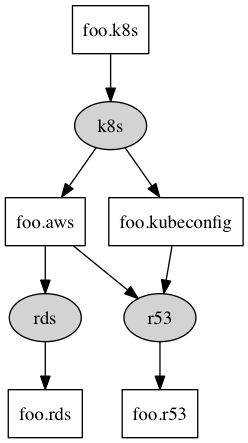
The Graphviz diagram infra/order.png in weaveworks/service, before a commit. Its source is kept beside it as infra/order.dot. The source it was exported from:
```dot
digraph G {
	"foo.k8s" [shape=box];
	"foo.aws" [shape=box];
	"foo.kubeconfig" [shape=box];
	"foo.rds" [shape=box];
	"foo.r53" [shape=box];

	k8s [style=filled];
	rds [style=filled];
	r53 [style=filled];

	"foo.k8s" -> k8s -> {"foo.aws", "foo.kubeconfig"};
	"foo.aws" -> rds -> "foo.rds";
	{"foo.aws", "foo.kubeconfig"} -> r53 -> "foo.r53";
}
```
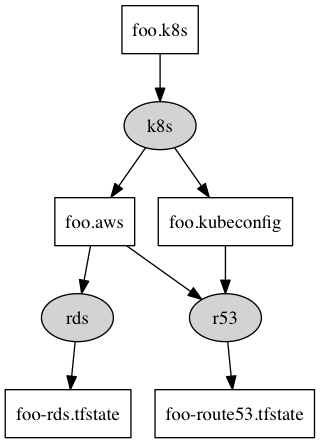
After the commit.

What changed in the source:
```diff
@@ -2,14 +2,14 @@
 	"foo.k8s" [shape=box];
 	"foo.aws" [shape=box];
 	"foo.kubeconfig" [shape=box];
-	"foo.rds" [shape=box];
-	"foo.r53" [shape=box];
+	"foo-rds.tfstate" [shape=box];
+	"foo-route53.tfstate" [shape=box];
 
 	k8s [style=filled];
 	rds [style=filled];
 	r53 [style=filled];
 
 	"foo.k8s" -> k8s -> {"foo.aws", "foo.kubeconfig"};
-	"foo.aws" -> rds -> "foo.rds";
-	{"foo.aws", "foo.kubeconfig"} -> r53 -> "foo.r53";
+	"foo.aws" -> rds -> "foo-rds.tfstate";
+	{"foo.aws", "foo.kubeconfig"} -> r53 -> "foo-route53.tfstate";
 }
```
